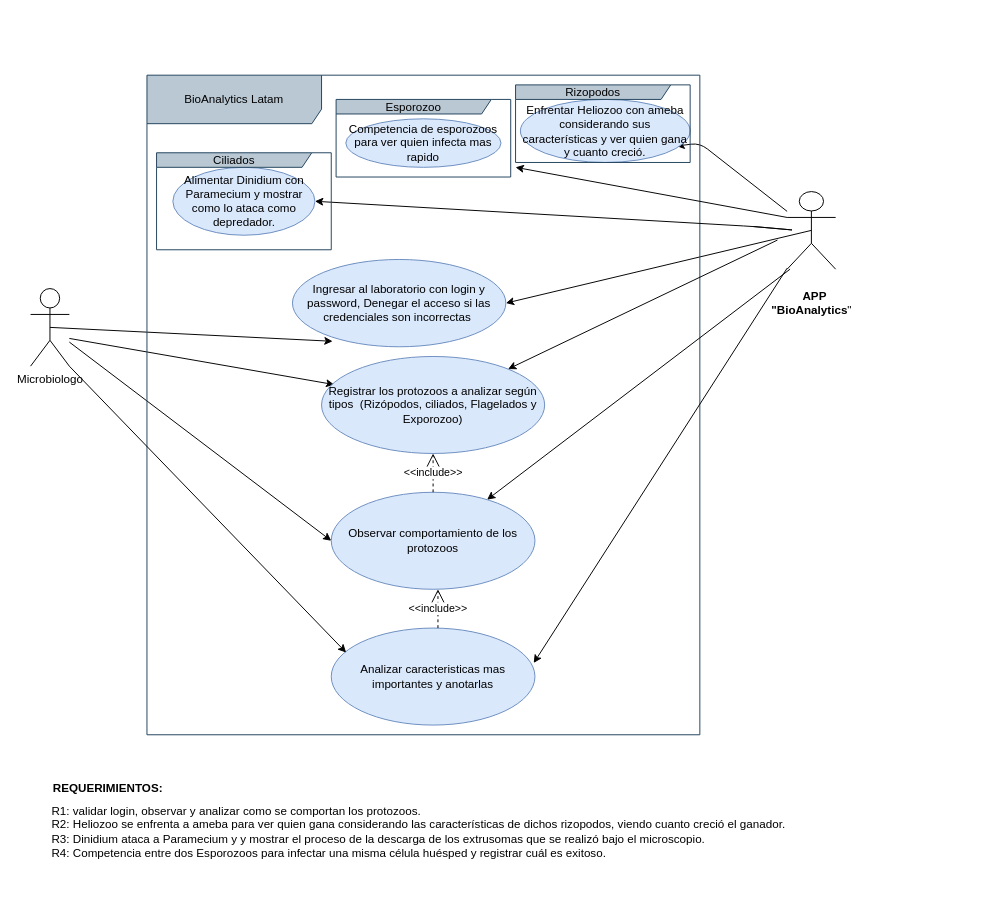
Above: page "Página-1" (1 of 2) of design/BioAnalyticsUseCase.drawio in nikito34-max/proyectoBiologo_grupo3 (draw.io), before the change. Source tidied: cells renumbered, new cells numbered last; positions are measured from the earlier drawing's top-left corner, leaving out a move shared by most shapes. Both pictures are drawn from the tidied source at 97%, with x=0, y=0 at pixel (30, 75).
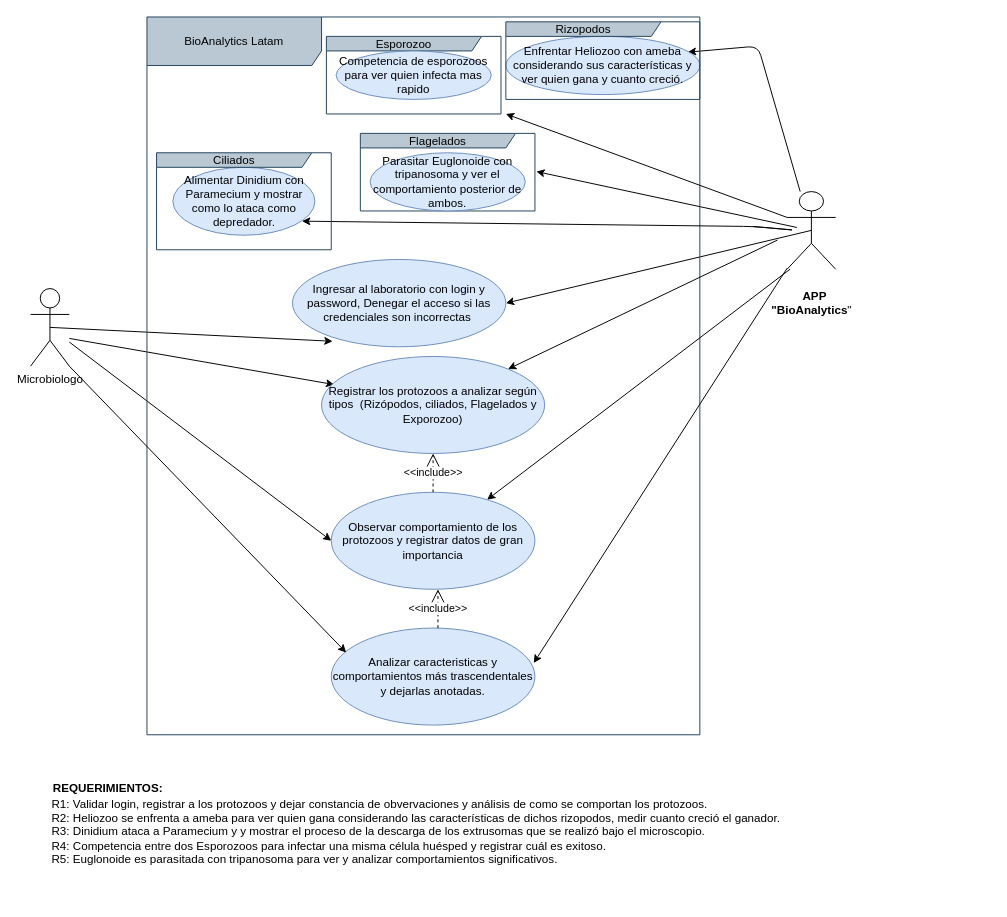
After the change.

Commit message (it also covers changes not shown here):
Merge con rama de flagelados realizado, mas mejoras y correcciones generales

Unchanged cells that the change refers to:
```xml
<mxCell id="7" value="&lt;b&gt;&amp;nbsp;&lt;/b&gt;&lt;div&gt;&lt;b&gt;&amp;nbsp;&amp;nbsp; APP&amp;nbsp;&lt;/b&gt;&lt;div&gt;&lt;b&gt;&quot;BioAnalytics&lt;/b&gt;&lt;span style=&quot;background-color: transparent; color: light-dark(rgb(0, 0, 0), rgb(255, 255, 255));&quot;&gt;&quot;&lt;/span&gt;&lt;/div&gt;&lt;/div&gt;" style="shape=umlActor;verticalLabelPosition=bottom;verticalAlign=top;html=1;outlineConnect=0;" parent="1" vertex="1">
  <mxGeometry x="780" y="120" width="50" height="80" as="geometry" />
</mxCell>
<mxCell id="18" value="Alimentar Dinidium con Paramecium y mostrar como lo ataca como depredador." style="ellipse;whiteSpace=wrap;html=1;fillColor=#dae8fc;strokeColor=#6c8ebf;" parent="1" vertex="1">
  <mxGeometry x="146.7" y="95" width="146.5" height="70" as="geometry" />
</mxCell>
```

The edit, as a diff of the source:
```diff
@@
-    <mxCell id="9" value="&lt;div&gt;R1: validar login, observar y analizar como se comportan los protozoos.&lt;/div&gt;R2: Heliozoo se enfrenta a ameba para ver quien gana considerando las características de dichos rizopodos, viendo cuanto creció el ganador.&lt;div&gt;&lt;div&gt;R3: Dinidium ataca a Paramecium y y mostrar el proceso de la descarga de los extrusomas que se realizó bajo el microscopio.&lt;/div&gt;&lt;/div&gt;&lt;div&gt;R4: Competencia entre dos Esporozoos para infectar una misma célula huésped y registrar cuál es exitoso.&lt;/div&gt;" style="text;html=1;align=left;verticalAlign=middle;whiteSpace=wrap;rounded=0;" parent="1" vertex="1">
+    <mxCell id="9" value="&lt;div&gt;R1: Validar login, registrar a los protozoos y dejar constancia de obvervaciones y análisis de como se comportan los protozoos.&lt;/div&gt;R2: Heliozoo se enfrenta a ameba para ver quien gana considerando las características de dichos rizopodos, medir cuanto creció el ganador.&lt;div&gt;&lt;div&gt;R3: Dinidium ataca a Paramecium y y mostrar el proceso de la descarga de los extrusomas que se realizó bajo el microscopio.&lt;/div&gt;&lt;/div&gt;&lt;div&gt;R4: Competencia entre dos Esporozoos para infectar una misma célula huésped y registrar cuál es exitoso.&lt;/div&gt;&lt;div&gt;R5: Euglonoide es parasitada con tripanosoma para ver y analizar comportamientos significativos.&lt;/div&gt;" style="text;html=1;align=left;verticalAlign=middle;whiteSpace=wrap;rounded=0;" parent="1" vertex="1">
       <mxGeometry x="20" y="710" width="970" height="140" as="geometry" />
     </mxCell>
@@
-    <mxCell id="11" value="Observar comportamiento de los protozoos" style="ellipse;whiteSpace=wrap;html=1;fillColor=#dae8fc;strokeColor=#6c8ebf;" parent="1" vertex="1">
+    <mxCell id="11" value="Observar comportamiento de los protozoos y registrar datos de gran importancia" style="ellipse;whiteSpace=wrap;html=1;fillColor=#dae8fc;strokeColor=#6c8ebf;" parent="1" vertex="1">
       <mxGeometry x="310" y="430" width="210" height="100" as="geometry" />
     </mxCell>
-    <mxCell id="12" style="edgeStyle=none;html=1;entryX=0.919;entryY=0.74;entryDx=0;entryDy=0;entryPerimeter=0;" parent="1" edge="1" source="7" target="13">
+    <mxCell id="12" style="edgeStyle=none;html=1;entryX=0.938;entryY=0.271;entryDx=0;entryDy=0;entryPerimeter=0;" parent="1" edge="1" source="7" target="13">
       <mxGeometry relative="1" as="geometry">
         <Array as="points">
-          <mxPoint x="690" y="70" />
+          <mxPoint x="750" y="-30" />
         </Array>
       </mxGeometry>
     </mxCell>
     <mxCell id="13" value="Enfrentar Heliozoo con ameba considerando sus características y ver quien gana y cuanto creció." style="ellipse;whiteSpace=wrap;html=1;fillColor=#dae8fc;strokeColor=#6c8ebf;" parent="1" vertex="1">
-      <mxGeometry x="505" y="25" width="175" height="65" as="geometry" />
+      <mxGeometry x="490" y="-40" width="200" height="60" as="geometry" />
     </mxCell>
@@
     <mxCell id="15" value="BioAnalytics Latam" style="shape=umlFrame;whiteSpace=wrap;html=1;width=180;height=50;fillColor=#bac8d3;strokeColor=#23445d;" parent="1" vertex="1">
-      <mxGeometry x="120" width="570" height="680" as="geometry" />
+      <mxGeometry x="120" y="-60" width="570" height="740" as="geometry" />
     </mxCell>
@@
-    <mxCell id="19" style="edgeStyle=none;html=1;entryX=1;entryY=0.5;entryDx=0;entryDy=0;" parent="1" edge="1" target="18">
+    <mxCell id="19" style="edgeStyle=none;html=1;entryX=0.909;entryY=0.793;entryDx=0;entryDy=0;entryPerimeter=0;" parent="1" edge="1" target="18">
       <mxGeometry relative="1" as="geometry">
         <mxPoint x="745" y="156" as="sourcePoint" />
         <Array as="points">
           <mxPoint x="790" y="160" />
           <mxPoint x="745" y="156" />
         </Array>
       </mxGeometry>
     </mxCell>
@@
     <mxCell id="21" value="Rizopodos" style="shape=umlFrame;whiteSpace=wrap;html=1;width=160;height=15;fillColor=#bac8d3;strokeColor=#23445d;" parent="1" vertex="1">
-      <mxGeometry x="500" y="10" width="180" height="80" as="geometry" />
+      <mxGeometry x="490" y="-55" width="200" height="80" as="geometry" />
     </mxCell>
@@
-    <mxCell id="23" value="Analizar caracteristicas mas importantes y anotarlas" style="ellipse;whiteSpace=wrap;html=1;fillColor=#dae8fc;strokeColor=#6c8ebf;" parent="1" vertex="1">
+    <mxCell id="23" value="Analizar caracteristicas y comportamientos más trascendentales y dejarlas anotadas." style="ellipse;whiteSpace=wrap;html=1;fillColor=#dae8fc;strokeColor=#6c8ebf;" parent="1" vertex="1">
       <mxGeometry x="310" y="570" width="210" height="100" as="geometry" />
     </mxCell>
@@
     <mxCell id="27" value="Esporozoo" style="shape=umlFrame;whiteSpace=wrap;html=1;width=160;height=15;fillColor=#bac8d3;strokeColor=#23445d;" parent="1" vertex="1">
-      <mxGeometry x="315" y="25" width="180" height="80" as="geometry" />
+      <mxGeometry x="305" y="-40" width="180" height="80" as="geometry" />
     </mxCell>
     <mxCell id="28" value="Competencia de esporozoos&lt;div&gt;para ver quien infecta mas rapido&lt;/div&gt;" style="ellipse;whiteSpace=wrap;html=1;fillColor=#dae8fc;strokeColor=#6c8ebf;" parent="1" vertex="1">
-      <mxGeometry x="325" y="45" width="160" height="50" as="geometry" />
+      <mxGeometry x="315" y="-25" width="160" height="50" as="geometry" />
     </mxCell>
-    <mxCell id="29" style="endArrow=classic;html=1;exitX=0;exitY=0.3333333333333333;exitDx=0;exitDy=0;exitPerimeter=0;" parent="1" edge="1" source="7">
-      <mxGeometry relative="1" as="geometry">
-        <mxPoint x="500" y="95" as="targetPoint" />
-      </mxGeometry>
+    <mxCell id="29" style="endArrow=classic;html=1;exitX=0;exitY=0.3333333333333333;exitDx=0;exitDy=0;exitPerimeter=0;entryX=1.028;entryY=1;entryDx=0;entryDy=0;entryPerimeter=0;" parent="1" edge="1" source="7" target="27">
+      <mxGeometry relative="1" as="geometry" />
     </mxCell>
+    <mxCell id="30" value="Flagelados" style="shape=umlFrame;whiteSpace=wrap;html=1;width=160;height=15;fillColor=#bac8d3;strokeColor=#23445d;" parent="1" vertex="1">
+      <mxGeometry x="340" y="60" width="180" height="80" as="geometry" />
+    </mxCell>
+    <mxCell id="31" value="Parasitar Euglonoide con tripanosoma y ver el comportamiento posterior de ambos." style="ellipse;whiteSpace=wrap;html=1;fillColor=#dae8fc;strokeColor=#6c8ebf;" parent="1" vertex="1">
+      <mxGeometry x="350" y="80" width="160" height="60" as="geometry" />
+    </mxCell>
+    <mxCell id="32" style="endArrow=classic;html=1;exitX=0;exitY=0.3333333333333333;exitDx=0;exitDy=0;exitPerimeter=0;entryX=1.008;entryY=0.492;entryDx=0;entryDy=0;entryPerimeter=0;" parent="1" edge="1" target="30">
+      <mxGeometry relative="1" as="geometry">
+        <mxPoint x="790" y="157" as="sourcePoint" />
+      </mxGeometry>
+    </mxCell>
```
